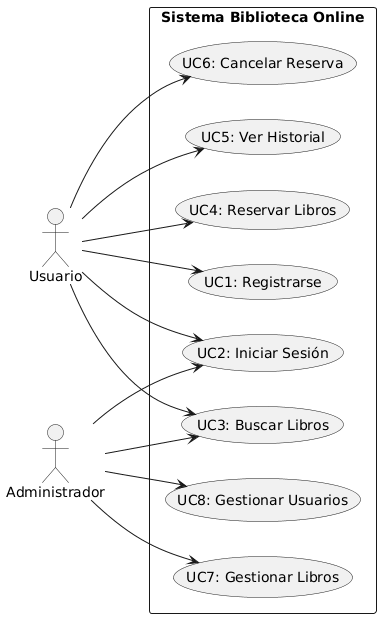
This is src/main/java/com/biblioteca/diagramas/CasosUsos/Casos de usos.png from Jexx16/BibliotecaOnline, a PlantUML export, as it was before one commit.
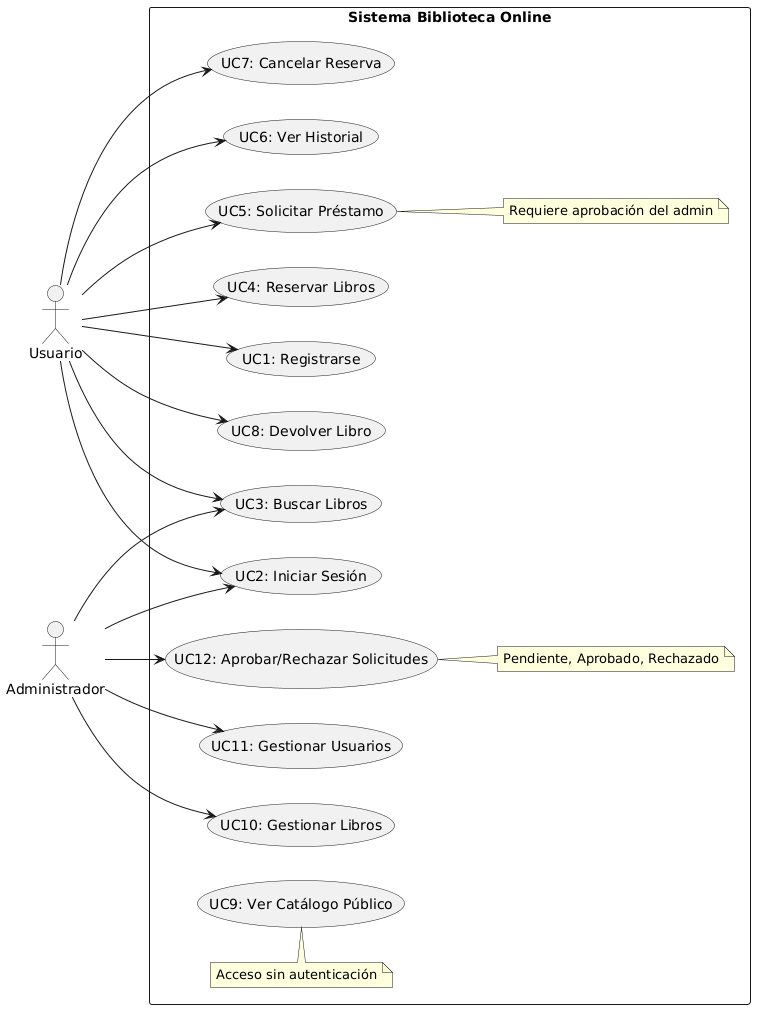
After the commit.

The edit, as a diff of the source:
```diff
@@ -9,10 +9,14 @@
   usecase "UC2: Iniciar Sesión" as UC2
   usecase "UC3: Buscar Libros" as UC3
   usecase "UC4: Reservar Libros" as UC4
-  usecase "UC5: Ver Historial" as UC5
-  usecase "UC6: Cancelar Reserva" as UC6
-  usecase "UC7: Gestionar Libros" as UC7
-  usecase "UC8: Gestionar Usuarios" as UC8
+  usecase "UC5: Solicitar Préstamo" as UC5
+  usecase "UC6: Ver Historial" as UC6
+  usecase "UC7: Cancelar Reserva" as UC7
+  usecase "UC8: Devolver Libro" as UC8
+  usecase "UC9: Ver Catálogo Público" as UC9
+  usecase "UC10: Gestionar Libros" as UC10
+  usecase "UC11: Gestionar Usuarios" as UC11
+  usecase "UC12: Aprobar/Rechazar Solicitudes" as UC12
 
   user --> UC1
   user --> UC2
@@ -20,10 +24,17 @@
   user --> UC4
   user --> UC5
   user --> UC6
+  user --> UC7
+  user --> UC8
 
   admin --> UC2
   admin --> UC3
-  admin --> UC7
-  admin --> UC8
+  admin --> UC10
+  admin --> UC11
+  admin --> UC12
+
+  note top of UC9 : Acceso sin autenticación
+  note right of UC5 : Requiere aprobación del admin
+  note right of UC12 : Pendiente, Aprobado, Rechazado
 }
 @enduml
```
